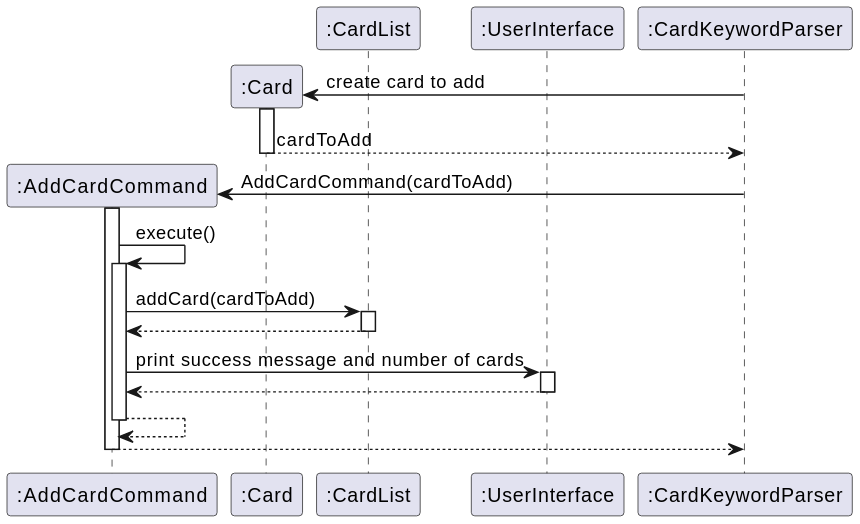
nus-cs2113-AY2223S2/tp keeps this PlantUML diagram as docs/img/CardAddSequence.svg. Above is the earlier version.
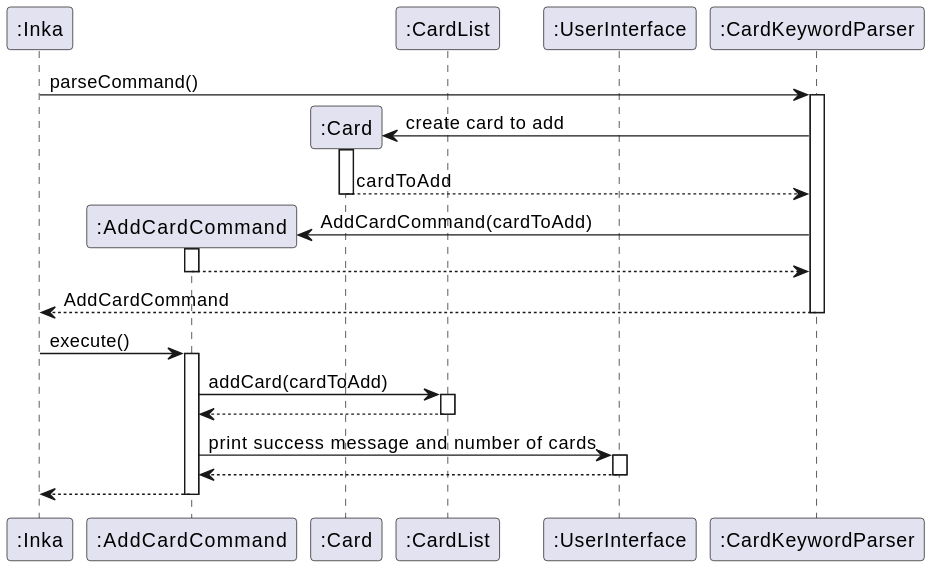
The same file after the commit.

Commit message:
Update Card Sequence Diagrams

What changed in the source:
```diff
@@ -1,20 +1,25 @@
 @startuml
 autoactivate on
 
+participant ":Inka" as Inka
 participant ":AddCardCommand" as AddCardCommand
 participant ":Card" as Card
 participant ":CardList" as CardList
 participant ":UserInterface" as UserInterface
 participant ":CardKeywordParser" as CardKeywordParser
 
+Inka -> CardKeywordParser : parseCommand()
 Create Card
 CardKeywordParser -> Card : create card to add
 return cardToAdd
 
 Create AddCardCommand
 CardKeywordParser -> AddCardCommand : AddCardCommand(cardToAdd)
+return
 
-AddCardCommand -> AddCardCommand : execute()
+return AddCardCommand
+
+Inka -> AddCardCommand : execute()
 AddCardCommand -> CardList : addCard(cardToAdd)
 return
 
@@ -22,6 +27,4 @@
 return
 
 return
-
-return
 @enduml
```
